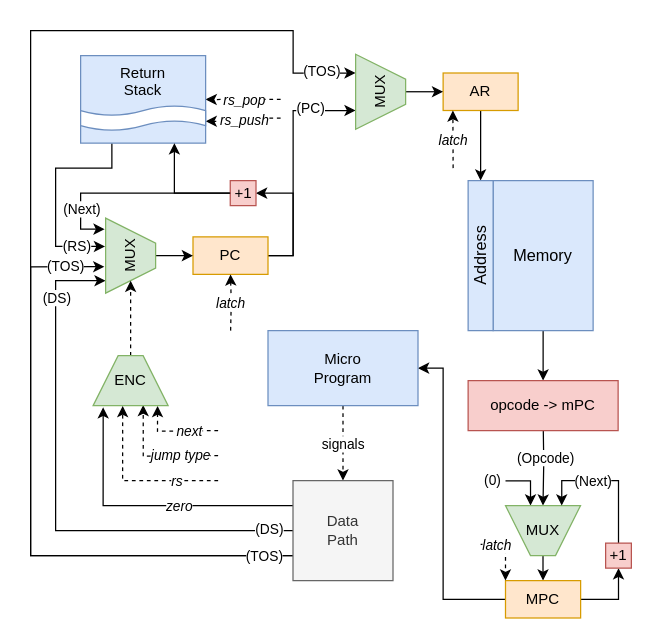
Earlier version of the draw.io diagram resources/control_unit.drawio (whatever125/stack_machine). Source tidied: cells renumbered, new cells numbered last; positions are measured from the earlier drawing's top-left corner, leaving out a move shared by most shapes. Both pictures are drawn from the tidied source at 125%, with x=0, y=0 at pixel (30, 30).
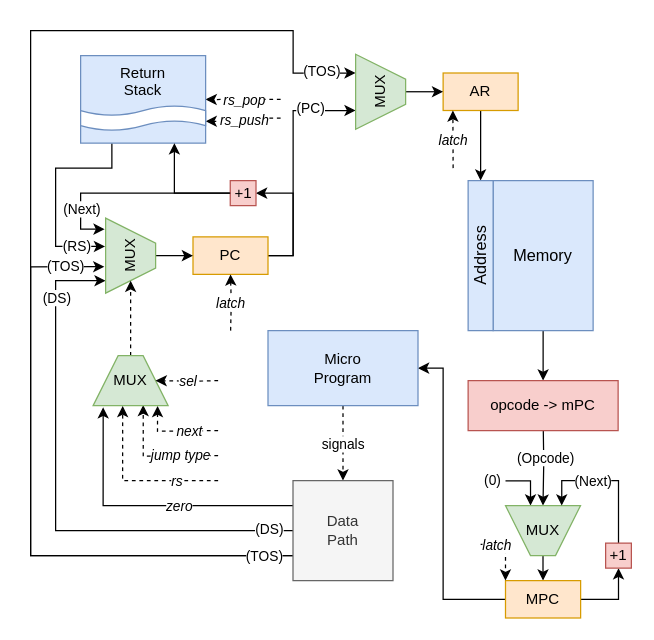
Above is the later version.

What changed in the source:
```diff
@@
-    <mxCell id="46" value="ENC" style="shape=trapezoid;perimeter=trapezoidPerimeter;whiteSpace=wrap;html=1;fixedSize=1;fillColor=#d5e8d4;strokeColor=#82b366;direction=east;" parent="1" vertex="1">
+    <mxCell id="46" value="MUX" style="shape=trapezoid;perimeter=trapezoidPerimeter;whiteSpace=wrap;html=1;fixedSize=1;fillColor=#d5e8d4;strokeColor=#82b366;direction=east;" parent="1" vertex="1">
       <mxGeometry x="50" y="260" width="60" height="40" as="geometry" />
     </mxCell>
@@
+    <mxCell id="70" style="edgeStyle=orthogonalEdgeStyle;rounded=0;jettySize=auto;html=1;entryX=1;entryY=0.5;entryDx=0;entryDy=0;dashed=1;" parent="1" edge="1" target="46">
+      <mxGeometry relative="1" as="geometry">
+        <mxPoint x="150" y="280" as="sourcePoint" />
+      </mxGeometry>
+    </mxCell>
+    <mxCell id="71" value="sel" style="edgeLabel;html=1;align=center;verticalAlign=middle;fontStyle=2;" parent="70" vertex="1">
+      <mxGeometry relative="1" as="geometry" />
+    </mxCell>
```
